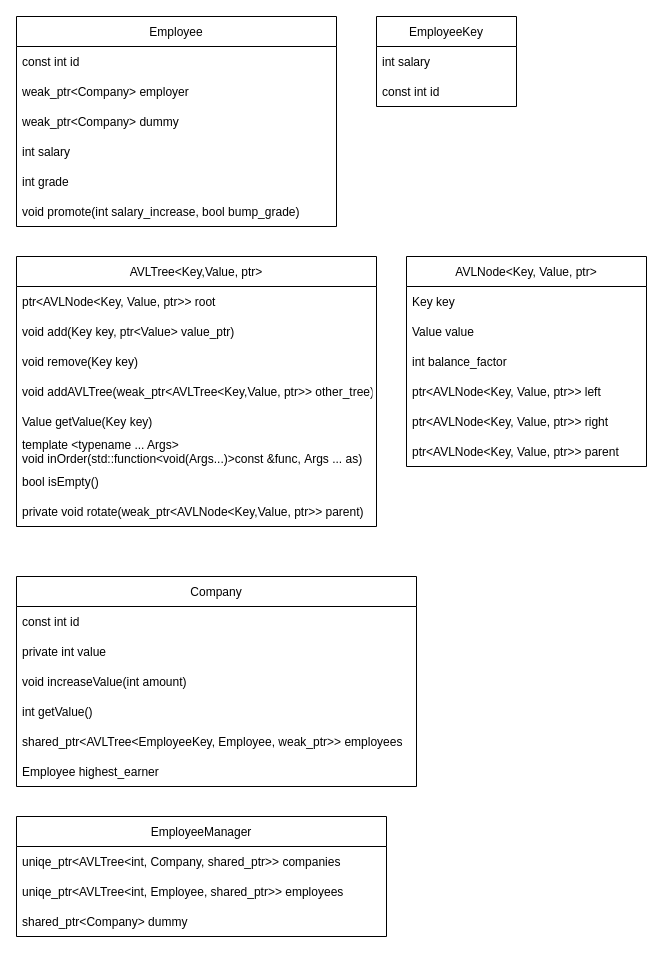
This is DataStructsHW1.drawio from adamkatav/DataSysHW1, a draw.io file, before an edit. Source tidied: cells renumbered, new cells numbered last; positions are measured from the earlier drawing's top-left corner, leaving out a move shared by most shapes. Both pictures are drawn from the tidied source at 100%, with x=0, y=0 at pixel (16, 16).
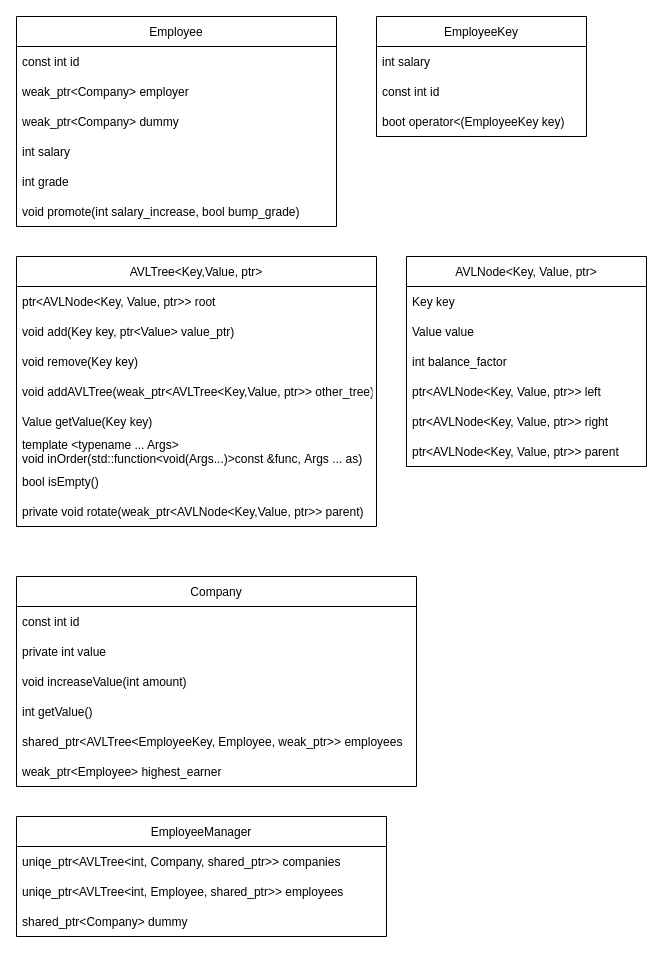
After the change.

Commit message (it also covers changes not shown here):
AVLTree statments

The change refers to these unchanged cells:
```xml
<mxCell id="2" value="Company" style="swimlane;fontStyle=0;horizontal=1;startSize=30;" parent="1" vertex="1">
  <mxGeometry y="560" width="400" height="210" as="geometry" />
</mxCell>
```

Change to the diagram source:
```diff
@@
-    <mxCell id="8" value="Employee highest_earner" style="text;strokeColor=none;fillColor=none;align=left;verticalAlign=middle;spacingLeft=4;spacingRight=4;overflow=hidden;" parent="2" vertex="1">
+    <mxCell id="8" value="weak_ptr&lt;Employee&gt; highest_earner" style="text;strokeColor=none;fillColor=none;align=left;verticalAlign=middle;spacingLeft=4;spacingRight=4;overflow=hidden;" parent="2" vertex="1">
       <mxGeometry y="180" width="400" height="30" as="geometry" />
     </mxCell>
@@
     <mxCell id="16" value="EmployeeKey" style="swimlane;fontStyle=0;horizontal=1;startSize=30;" parent="1" vertex="1">
-      <mxGeometry x="360" width="140" height="90" as="geometry" />
+      <mxGeometry x="360" width="210" height="120" as="geometry" />
     </mxCell>
     <mxCell id="17" value="int salary" style="text;strokeColor=none;fillColor=none;align=left;verticalAlign=middle;spacingLeft=4;spacingRight=4;overflow=hidden;" parent="16" vertex="1">
-      <mxGeometry y="30" width="140" height="30" as="geometry" />
+      <mxGeometry y="30" width="210" height="30" as="geometry" />
     </mxCell>
     <mxCell id="18" value="const int id" style="text;strokeColor=none;fillColor=none;align=left;verticalAlign=middle;spacingLeft=4;spacingRight=4;overflow=hidden;" parent="16" vertex="1">
-      <mxGeometry y="60" width="140" height="30" as="geometry" />
+      <mxGeometry y="60" width="210" height="30" as="geometry" />
     </mxCell>
+    <mxCell id="39" value="boot operator&lt;(EmployeeKey key)" style="text;strokeColor=none;fillColor=none;align=left;verticalAlign=middle;spacingLeft=4;spacingRight=4;overflow=hidden;" parent="16" vertex="1">
+      <mxGeometry y="90" width="210" height="30" as="geometry" />
+    </mxCell>
```
